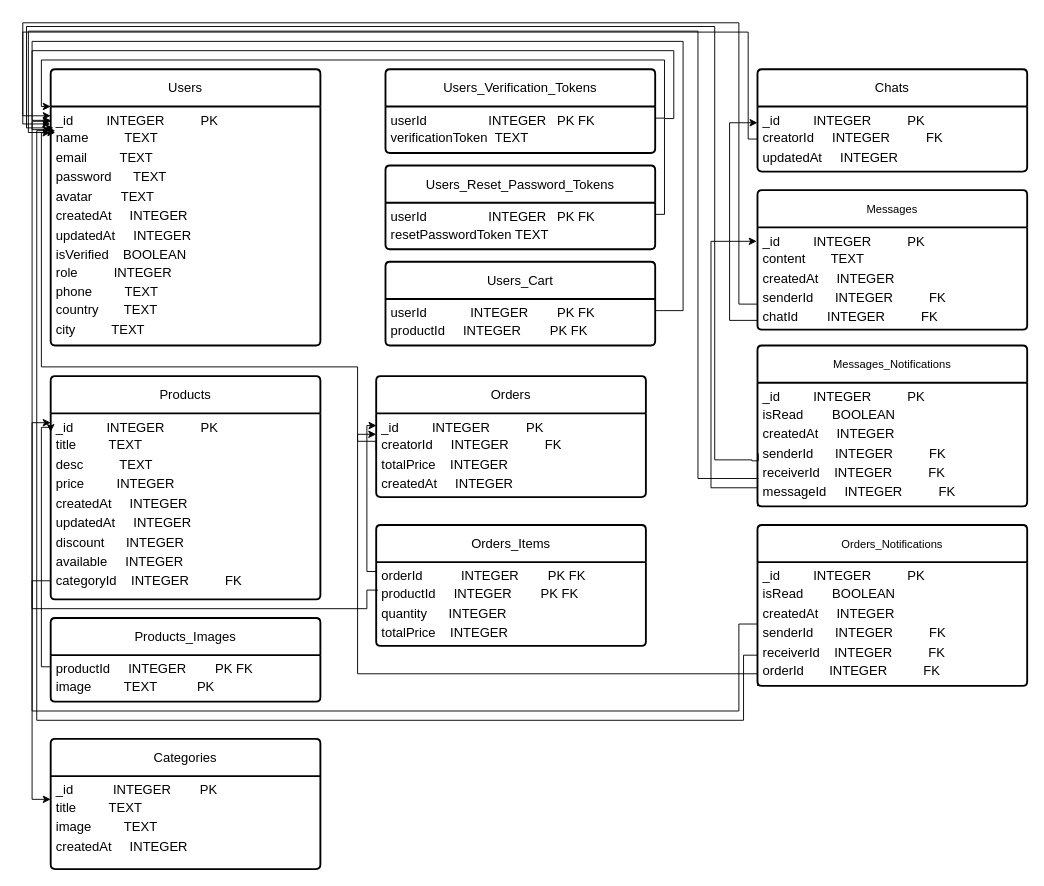
The draw.io diagram page "NestMart_Tables" (2 of 2) of docs/NestMart.drawio in ShirefMohammed/NestMart, before the edit. Source tidied: cells renumbered, new cells numbered last; positions are measured from the earlier drawing's top-left corner, leaving out a move shared by most shapes. Both pictures are drawn from the tidied source at 93%, with x=0, y=0 at pixel (22, 22).
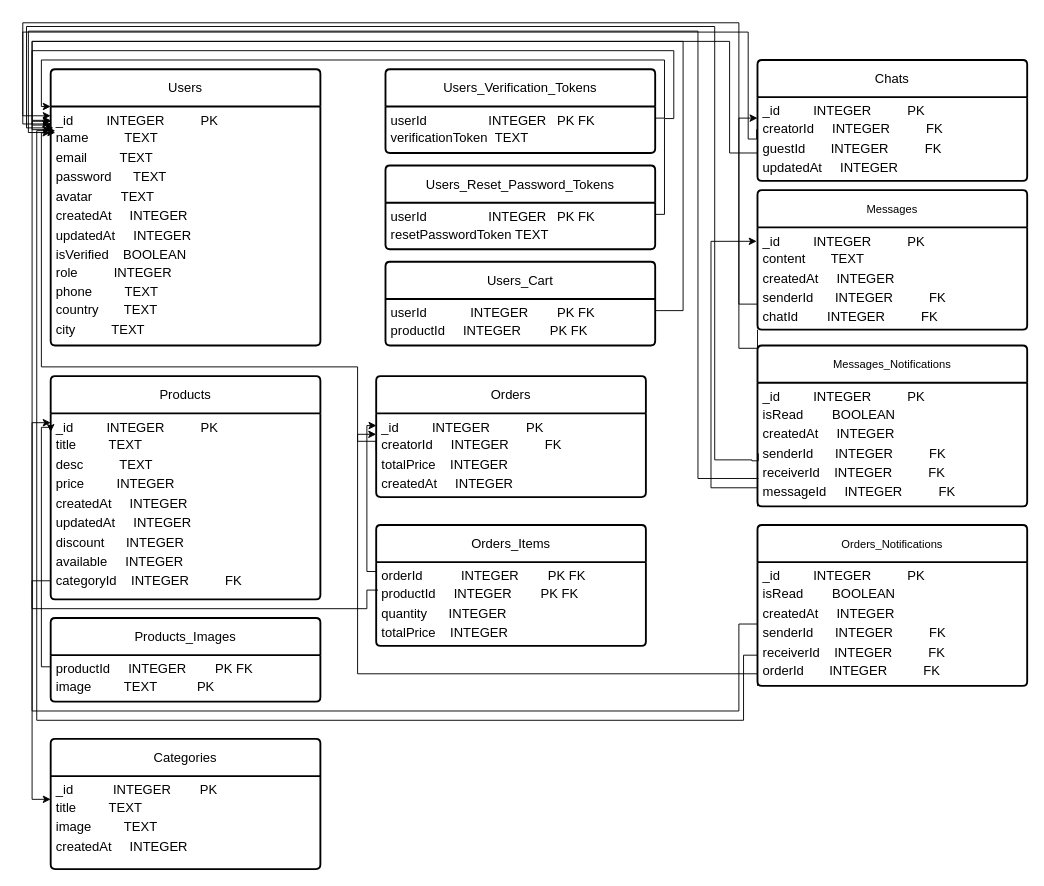
Above is the later version.

The change refers to these unchanged cells:
```xml
<mxCell id="3" value="&lt;font style=&quot;font-size: 14px;&quot;&gt;_id&lt;span style=&quot;white-space: pre;&quot;&gt;&#9;&lt;/span&gt;&amp;nbsp; &amp;nbsp; &amp;nbsp; INTEGER&amp;nbsp;&amp;nbsp; &amp;nbsp; &amp;nbsp; &amp;nbsp; &amp;nbsp;PK&lt;/font&gt;&lt;div style=&quot;line-height: 150%; font-size: 14px;&quot;&gt;&lt;font style=&quot;font-size: 14px;&quot;&gt;name&amp;nbsp; &amp;nbsp; &amp;nbsp; &amp;nbsp; &amp;nbsp; TEXT&lt;/font&gt;&lt;/div&gt;&lt;div style=&quot;line-height: 150%; font-size: 14px;&quot;&gt;&lt;font style=&quot;font-size: 14px;&quot;&gt;email&amp;nbsp; &amp;nbsp; &amp;nbsp; &amp;nbsp; &amp;nbsp;TEXT&lt;/font&gt;&lt;/div&gt;&lt;div style=&quot;line-height: 150%; font-size: 14px;&quot;&gt;&lt;font style=&quot;font-size: 14px;&quot;&gt;password&amp;nbsp; &amp;nbsp; &amp;nbsp; TEXT&lt;br&gt;&lt;/font&gt;&lt;/div&gt;&lt;div style=&quot;line-height: 150%; font-size: 14px;&quot;&gt;&lt;font style=&quot;font-size: 14px;&quot;&gt;avatar&amp;nbsp; &amp;nbsp; &amp;nbsp; &amp;nbsp; TEXT&lt;/font&gt;&lt;/div&gt;&lt;div style=&quot;line-height: 150%; font-size: 14px;&quot;&gt;&lt;font style=&quot;font-size: 14px;&quot;&gt;createdAt&amp;nbsp; &amp;nbsp; &amp;nbsp;&lt;/font&gt;&lt;span style=&quot;background-color: initial;&quot;&gt;INTEGER&lt;/span&gt;&lt;/div&gt;&lt;div style=&quot;line-height: 150%; font-size: 14px;&quot;&gt;&lt;font style=&quot;font-size: 14px;&quot;&gt;updatedAt&amp;nbsp; &amp;nbsp; &amp;nbsp;&lt;/font&gt;&lt;span style=&quot;background-color: initial;&quot;&gt;INTEGER&lt;/span&gt;&lt;/div&gt;&lt;div style=&quot;line-height: 150%;&quot;&gt;&lt;font style=&quot;&quot;&gt;&lt;span style=&quot;font-size: 14px; text-align: center; text-wrap: wrap;&quot;&gt;isVerified&amp;nbsp; &amp;nbsp;&amp;nbsp;&lt;/span&gt;&lt;span style=&quot;background-color: initial; font-size: 14px; text-wrap: wrap;&quot;&gt;BOOLEAN&lt;/span&gt;&lt;br&gt;&lt;/font&gt;&lt;/div&gt;&lt;div style=&quot;line-height: 150%; font-size: 14px;&quot;&gt;&lt;font style=&quot;font-size: 14px;&quot;&gt;&lt;span style=&quot;text-align: center; text-wrap: wrap;&quot;&gt;role&amp;nbsp; &amp;nbsp; &amp;nbsp; &amp;nbsp; &amp;nbsp;&amp;nbsp;&lt;/span&gt;&lt;span style=&quot;background-color: initial;&quot;&gt;INTEGER&lt;/span&gt;&lt;span style=&quot;text-align: center; text-wrap: wrap;&quot;&gt;&lt;br&gt;&lt;/span&gt;&lt;/font&gt;&lt;/div&gt;&lt;div style=&quot;line-height: 150%;&quot;&gt;&lt;font style=&quot;&quot;&gt;&lt;span style=&quot;font-size: 14px; text-align: center; text-wrap: wrap;&quot;&gt;phone&amp;nbsp; &amp;nbsp; &amp;nbsp; &amp;nbsp; &amp;nbsp;&lt;/span&gt;&lt;span style=&quot;background-color: initial; font-size: 14px; text-wrap: wrap;&quot;&gt;TEXT&lt;/span&gt;&lt;span style=&quot;font-size: 14px; text-align: center; text-wrap: wrap;&quot;&gt;&lt;br&gt;&lt;/span&gt;&lt;/font&gt;&lt;/div&gt;&lt;div style=&quot;line-height: 150%; font-size: 14px;&quot;&gt;&lt;font style=&quot;font-size: 14px;&quot;&gt;&lt;div style=&quot;line-height: 21px;&quot;&gt;country&amp;nbsp; &amp;nbsp; &amp;nbsp; &amp;nbsp;TEXT&lt;/div&gt;&lt;div style=&quot;line-height: 21px;&quot;&gt;city&amp;nbsp; &amp;nbsp; &amp;nbsp; &amp;nbsp; &amp;nbsp; TEXT&lt;/div&gt;&lt;/font&gt;&lt;/div&gt;" style="align=left;strokeColor=none;fillColor=none;spacingLeft=4;fontSize=12;verticalAlign=top;html=1;fontFamily=cascadia code;" parent="2" vertex="1">
  <mxGeometry y="40" width="290" height="257" as="geometry" />
</mxCell>
<mxCell id="29" value="&lt;font style=&quot;font-size: 14px;&quot;&gt;_id&lt;span style=&quot;white-space: pre;&quot;&gt;&#9;&lt;/span&gt;&amp;nbsp; &amp;nbsp; &amp;nbsp; INTEGER&amp;nbsp;&amp;nbsp; &amp;nbsp; &amp;nbsp; &amp;nbsp; &amp;nbsp;PK&lt;/font&gt;&lt;div style=&quot;line-height: 150%; font-size: 14px;&quot;&gt;&lt;font style=&quot;font-size: 14px;&quot;&gt;content&amp;nbsp; &amp;nbsp; &amp;nbsp; &amp;nbsp;TEXT&lt;/font&gt;&lt;span style=&quot;background-color: initial;&quot;&gt;&amp;nbsp;&lt;/span&gt;&lt;/div&gt;&lt;div style=&quot;line-height: 150%; font-size: 14px;&quot;&gt;&lt;font style=&quot;font-size: 14px;&quot;&gt;createdAt&amp;nbsp; &amp;nbsp; &amp;nbsp;&lt;/font&gt;&lt;span style=&quot;background-color: initial;&quot;&gt;INTEGER&lt;/span&gt;&lt;/div&gt;&lt;div style=&quot;line-height: 150%; font-size: 14px;&quot;&gt;&lt;span style=&quot;background-color: initial;&quot;&gt;senderId&amp;nbsp; &amp;nbsp; &amp;nbsp;&amp;nbsp;&lt;/span&gt;&lt;span style=&quot;background-color: initial;&quot;&gt;INTEGER&amp;nbsp; &amp;nbsp; &amp;nbsp; &amp;nbsp; &amp;nbsp; FK&lt;/span&gt;&lt;/div&gt;&lt;div style=&quot;line-height: 150%;&quot;&gt;&lt;font style=&quot;&quot;&gt;&lt;span style=&quot;background-color: initial;&quot;&gt;&lt;span style=&quot;font-size: 14px;&quot;&gt;chatId&amp;nbsp; &amp;nbsp; &amp;nbsp; &amp;nbsp;&amp;nbsp;&lt;/span&gt;&lt;/span&gt;&lt;span style=&quot;font-size: 14px; background-color: initial;&quot;&gt;INTEGER&amp;nbsp; &amp;nbsp; &amp;nbsp; &amp;nbsp; &amp;nbsp; FK&lt;/span&gt;&lt;span style=&quot;background-color: initial;&quot;&gt;&lt;br&gt;&lt;/span&gt;&lt;/font&gt;&lt;/div&gt;" style="align=left;strokeColor=none;fillColor=none;spacingLeft=4;fontSize=12;verticalAlign=top;html=1;fontFamily=cascadia code;" parent="28" vertex="1">
  <mxGeometry y="40" width="290" height="110" as="geometry" />
</mxCell>
```

The edit, as a diff of the source:
```diff
@@
     <mxCell id="25" value="Chats" style="swimlane;horizontal=1;startSize=40;rounded=1;fontSize=14;fontStyle=0;strokeWidth=2;shadow=0;dashed=0;align=center;arcSize=4;whiteSpace=wrap;html=1;fontFamily=cascadia code;" parent="1" vertex="1">
-      <mxGeometry x="790" y="50" width="290" height="110" as="geometry" />
+      <mxGeometry x="790" y="40" width="290" height="130" as="geometry" />
     </mxCell>
-    <mxCell id="26" value="&lt;font style=&quot;font-size: 14px;&quot;&gt;_id&lt;span style=&quot;white-space: pre;&quot;&gt;&#9;&lt;/span&gt;&amp;nbsp; &amp;nbsp; &amp;nbsp; INTEGER&amp;nbsp;&amp;nbsp; &amp;nbsp; &amp;nbsp; &amp;nbsp; &amp;nbsp;PK&lt;/font&gt;&lt;div style=&quot;line-height: 150%; font-size: 14px;&quot;&gt;&lt;font style=&quot;font-size: 14px;&quot;&gt;creatorId&amp;nbsp; &amp;nbsp; &amp;nbsp;&lt;span style=&quot;background-color: initial;&quot;&gt;INTEGER&amp;nbsp; &amp;nbsp; &amp;nbsp; &amp;nbsp; &amp;nbsp; FK&lt;/span&gt;&lt;/font&gt;&lt;/div&gt;&lt;div style=&quot;line-height: 150%; font-size: 14px;&quot;&gt;&lt;font style=&quot;font-size: 14px;&quot;&gt;updatedAt&amp;nbsp; &amp;nbsp; &amp;nbsp;&lt;/font&gt;&lt;span style=&quot;background-color: initial;&quot;&gt;INTEGER&lt;/span&gt;&lt;/div&gt;" style="align=left;strokeColor=none;fillColor=none;spacingLeft=4;fontSize=12;verticalAlign=top;html=1;fontFamily=cascadia code;" parent="25" vertex="1">
-      <mxGeometry y="40" width="290" height="70" as="geometry" />
+    <mxCell id="26" value="&lt;font style=&quot;font-size: 14px;&quot;&gt;_id&lt;span style=&quot;white-space: pre;&quot;&gt;&#9;&lt;/span&gt;&amp;nbsp; &amp;nbsp; &amp;nbsp; INTEGER&amp;nbsp;&amp;nbsp; &amp;nbsp; &amp;nbsp; &amp;nbsp; &amp;nbsp;PK&lt;/font&gt;&lt;div style=&quot;line-height: 150%; font-size: 14px;&quot;&gt;&lt;font style=&quot;font-size: 14px;&quot;&gt;creatorId&amp;nbsp; &amp;nbsp; &amp;nbsp;&lt;span style=&quot;background-color: initial;&quot;&gt;INTEGER&amp;nbsp; &amp;nbsp; &amp;nbsp; &amp;nbsp; &amp;nbsp; FK&lt;/span&gt;&lt;/font&gt;&lt;/div&gt;&lt;div style=&quot;line-height: 150%; font-size: 14px;&quot;&gt;&lt;font style=&quot;font-size: 14px;&quot;&gt;guestId&amp;nbsp; &amp;nbsp; &amp;nbsp; &amp;nbsp;&lt;span style=&quot;background-color: initial;&quot;&gt;INTEGER&amp;nbsp; &amp;nbsp; &amp;nbsp; &amp;nbsp; &amp;nbsp; FK&lt;/span&gt;&lt;span style=&quot;background-color: initial;&quot;&gt;&lt;br&gt;&lt;/span&gt;&lt;/font&gt;&lt;/div&gt;&lt;div style=&quot;line-height: 150%; font-size: 14px;&quot;&gt;&lt;font style=&quot;font-size: 14px;&quot;&gt;updatedAt&amp;nbsp; &amp;nbsp; &amp;nbsp;&lt;/font&gt;&lt;span style=&quot;background-color: initial;&quot;&gt;INTEGER&lt;/span&gt;&lt;/div&gt;" style="align=left;strokeColor=none;fillColor=none;spacingLeft=4;fontSize=12;verticalAlign=top;html=1;fontFamily=cascadia code;" parent="25" vertex="1">
+      <mxGeometry y="40" width="290" height="90" as="geometry" />
     </mxCell>
-    <mxCell id="27" style="edgeStyle=orthogonalEdgeStyle;rounded=0;jettySize=auto;html=1;exitX=0;exitY=0.5;exitDx=0;exitDy=0;entryX=0;entryY=0.039;entryDx=0;entryDy=0;entryPerimeter=0;" parent="1" edge="1" source="26" target="3">
+    <mxCell id="27" style="edgeStyle=orthogonalEdgeStyle;rounded=0;jettySize=auto;html=1;exitX=-0.003;exitY=0.384;exitDx=0;exitDy=0;entryX=0;entryY=0.039;entryDx=0;entryDy=0;entryPerimeter=0;exitPerimeter=0;" parent="1" edge="1" source="26" target="3">
       <mxGeometry relative="1" as="geometry">
         <Array as="points">
+          <mxPoint x="789" y="125" />
           <mxPoint x="780" y="125" />
           <mxPoint x="780" y="10" />
           <mxPoint y="10" />
           <mxPoint y="100" />
         </Array>
       </mxGeometry>
     </mxCell>
@@
-    <mxCell id="31" style="edgeStyle=orthogonalEdgeStyle;rounded=0;jettySize=auto;html=1;entryX=0;entryY=0.25;entryDx=0;entryDy=0;exitX=0;exitY=0.75;exitDx=0;exitDy=0;" parent="1" edge="1" source="29" target="26">
-      <mxGeometry relative="1" as="geometry">
-        <Array as="points">
-          <mxPoint x="790" y="320" />
-          <mxPoint x="760" y="320" />
-          <mxPoint x="760" y="108" />
-        </Array>
-      </mxGeometry>
-    </mxCell>
@@
+    <mxCell id="31" style="edgeStyle=orthogonalEdgeStyle;rounded=0;jettySize=auto;html=1;exitX=0;exitY=1;exitDx=0;exitDy=0;entryX=0;entryY=0.25;entryDx=0;entryDy=0;" parent="1" edge="1" source="29" target="26">
+      <mxGeometry relative="1" as="geometry" />
+    </mxCell>
+    <mxCell id="45" style="edgeStyle=orthogonalEdgeStyle;rounded=0;jettySize=auto;html=1;entryX=-0.011;entryY=0.1;entryDx=0;entryDy=0;entryPerimeter=0;" parent="1" edge="1" target="3">
+      <mxGeometry relative="1" as="geometry">
+        <mxPoint x="790" y="140" as="sourcePoint" />
+        <Array as="points">
+          <mxPoint x="760" y="140" />
+          <mxPoint x="760" y="20" />
+          <mxPoint x="10" y="20" />
+          <mxPoint x="10" y="110" />
+          <mxPoint x="27" y="110" />
+        </Array>
+      </mxGeometry>
+    </mxCell>
```
